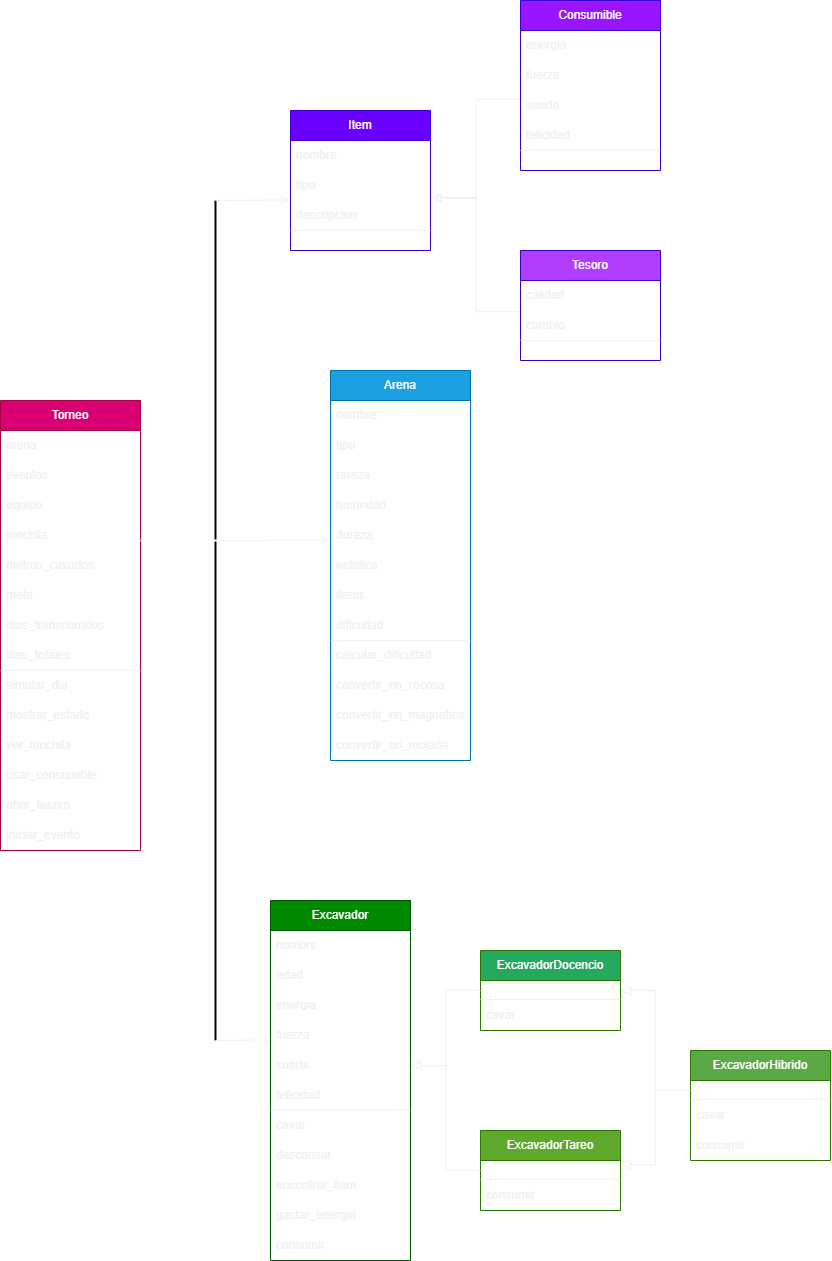
Before: Tareas/T1/diagrama_clases.drawio.png, a diagram exported from draw.io (benjahuenchunir/benjahuenchunir-iic2233-2023-1). Source tidied: cells renumbered, new cells last; positions are measured from the earlier drawing's top-left corner, leaving out a move shared by most shapes.
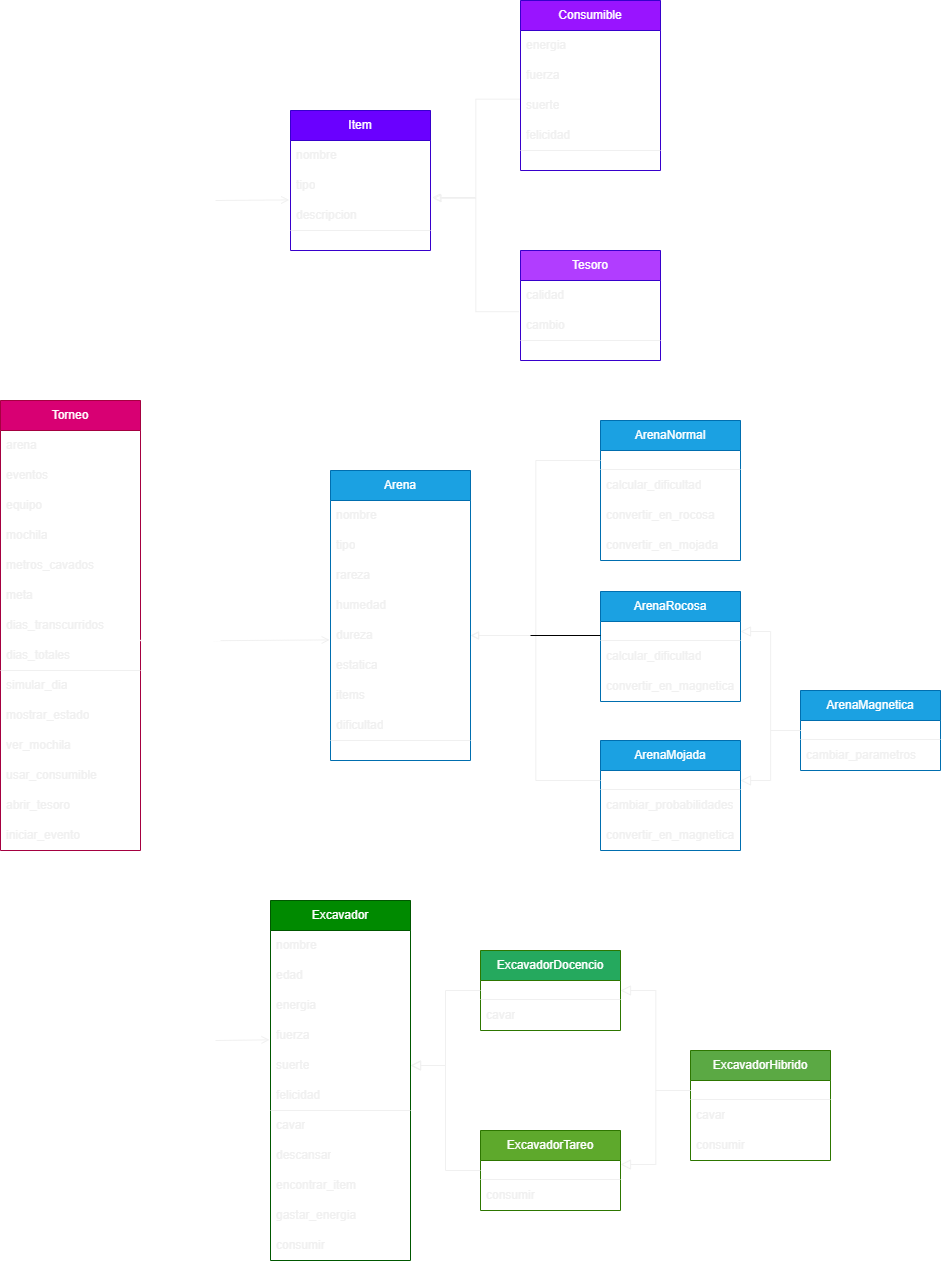
Above is the later version.

Commit message:
Diagrama de clases y explicacion listos

What changed in the source:
```diff
@@ -123,7 +123,7 @@
       <mxGeometry relative="1" as="geometry" />
     </mxCell>
     <mxCell id="38" value="Arena" style="swimlane;fontStyle=0;horizontal=1;startSize=30;whiteSpace=wrap;html=1;fillColor=#1ba1e2;fontColor=#ffffff;strokeColor=#006EAF;swimlaneLine=1;glass=0;rounded=0;shadow=0;" parent="1" vertex="1">
-      <mxGeometry x="330" y="370" width="140" height="390" as="geometry" />
+      <mxGeometry x="330" y="470" width="140" height="290" as="geometry" />
     </mxCell>
     <mxCell id="39" value="nombre" style="text;strokeColor=none;fillColor=none;align=left;verticalAlign=middle;spacingLeft=4;spacingRight=4;overflow=hidden;whiteSpace=wrap;html=1;fontColor=#F0F0F0;" parent="38" vertex="1">
       <mxGeometry y="30" width="140" height="30" as="geometry" />
@@ -149,24 +149,15 @@
     <mxCell id="46" value="dificultad" style="text;strokeColor=none;fillColor=none;align=left;verticalAlign=middle;spacingLeft=4;spacingRight=4;overflow=hidden;whiteSpace=wrap;html=1;fontColor=#F0F0F0;" parent="38" vertex="1">
       <mxGeometry y="240" width="140" height="30" as="geometry" />
     </mxCell>
-    <mxCell id="47" value="calcular_dificultad" style="text;strokeColor=none;fillColor=none;align=left;verticalAlign=middle;spacingLeft=4;spacingRight=4;overflow=hidden;whiteSpace=wrap;html=1;fontColor=#F0F0F0;" parent="38" vertex="1">
-      <mxGeometry y="270" width="140" height="30" as="geometry" />
-    </mxCell>
+    <mxCell id="88" style="text;strokeColor=none;fillColor=none;align=left;verticalAlign=middle;spacingLeft=4;spacingRight=4;overflow=hidden;whiteSpace=wrap;html=1;fontColor=#F0F0F0;" parent="38" vertex="1">
+      <mxGeometry y="270" width="140" height="20" as="geometry" />
+    </mxCell>
     <mxCell id="48" style="endArrow=none;html=1;exitX=0;exitY=0.5;exitDx=0;exitDy=0;entryX=1;entryY=0.5;entryDx=0;entryDy=0;labelBackgroundColor=#F0F0F0;strokeColor=#F0F0F0;" parent="38" edge="1">
       <mxGeometry relative="1" as="geometry">
         <mxPoint y="270" as="sourcePoint" />
         <mxPoint x="140" y="270" as="targetPoint" />
       </mxGeometry>
     </mxCell>
-    <mxCell id="49" value="convertir_en_rocosa" style="text;strokeColor=none;fillColor=none;align=left;verticalAlign=middle;spacingLeft=4;spacingRight=4;overflow=hidden;whiteSpace=wrap;html=1;fontColor=#F0F0F0;" parent="38" vertex="1">
-      <mxGeometry y="300" width="140" height="30" as="geometry" />
-    </mxCell>
-    <mxCell id="50" value="convertir_en_magnetica" style="text;strokeColor=none;fillColor=none;align=left;verticalAlign=middle;spacingLeft=4;spacingRight=4;overflow=hidden;whiteSpace=wrap;html=1;fontColor=#F0F0F0;" parent="38" vertex="1">
-      <mxGeometry y="330" width="140" height="30" as="geometry" />
-    </mxCell>
-    <mxCell id="51" value="convertir_en_mojada" style="text;strokeColor=none;fillColor=none;align=left;verticalAlign=middle;spacingLeft=4;spacingRight=4;overflow=hidden;whiteSpace=wrap;html=1;fontColor=#F0F0F0;" parent="38" vertex="1">
-      <mxGeometry y="360" width="140" height="30" as="geometry" />
-    </mxCell>
     <mxCell id="52" value="Excavador" style="swimlane;fontStyle=0;horizontal=1;startSize=30;whiteSpace=wrap;html=1;fillColor=#008a00;fontColor=#ffffff;strokeColor=#005700;swimlaneLine=1;glass=0;rounded=0;shadow=0;" parent="1" vertex="1">
       <mxGeometry x="270" y="900" width="140" height="360" as="geometry" />
     </mxCell>
@@ -269,23 +260,116 @@
     <mxCell id="81" style="edgeStyle=elbowEdgeStyle;elbow=horizontal;endArrow=block;html=1;curved=0;rounded=0;endSize=8;startSize=8;labelBackgroundColor=#F0F0F0;strokeColor=#F0F0F0;fontColor=#F0F0F0;exitX=0;exitY=0.5;exitDx=0;exitDy=0;endFill=0;entryX=1;entryY=0.5;entryDx=0;entryDy=0;" parent="1" edge="1" source="74" target="66">
       <mxGeometry relative="1" as="geometry" />
     </mxCell>
-    <mxCell id="82" style="line;strokeWidth=2;direction=south;html=1;rounded=0;shadow=0;glass=0;sketch=0;strokeColor=default;fontColor=#F0F0F0;fillColor=#B13DFF;" parent="1" vertex="1">
+    <mxCell id="82" style="line;strokeWidth=1;direction=south;html=1;rounded=0;shadow=0;glass=0;sketch=0;strokeColor=#FFFFFF;fontColor=#F0F0F0;fillColor=#FFFFFF;" parent="1" vertex="1">
       <mxGeometry x="210" y="200" width="10" height="840" as="geometry" />
     </mxCell>
     <mxCell id="83" style="endArrow=open;html=1;labelBackgroundColor=#F0F0F0;strokeColor=#F0F0F0;fontColor=#F0F0F0;exitX=0;exitY=0.5;exitDx=0;exitDy=0;exitPerimeter=0;entryX=-0.009;entryY=-0.02;entryDx=0;entryDy=0;entryPerimeter=0;endFill=0;" parent="1" edge="1" source="82" target="21">
       <mxGeometry relative="1" as="geometry" />
     </mxCell>
-    <mxCell id="84" style="endArrow=open;html=1;labelBackgroundColor=#F0F0F0;strokeColor=#F0F0F0;fontColor=#F0F0F0;exitX=0.405;exitY=0.7;exitDx=0;exitDy=0;exitPerimeter=0;endFill=0;entryX=-0.006;entryY=0.647;entryDx=0;entryDy=0;entryPerimeter=0;" parent="1" edge="1" source="82" target="43">
-      <mxGeometry relative="1" as="geometry" />
+    <mxCell id="84" style="endArrow=open;html=1;labelBackgroundColor=#F0F0F0;strokeColor=#F0F0F0;fontColor=#F0F0F0;exitX=0.405;exitY=0.7;exitDx=0;exitDy=0;exitPerimeter=0;endFill=0;entryX=-0.006;entryY=0.647;entryDx=0;entryDy=0;entryPerimeter=0;" parent="1" edge="1" target="43">
+      <mxGeometry relative="1" as="geometry">
+        <mxPoint x="213" y="640.2" as="sourcePoint" />
+      </mxGeometry>
     </mxCell>
     <mxCell id="85" style="endArrow=open;html=1;labelBackgroundColor=#F0F0F0;strokeColor=#F0F0F0;fontColor=#F0F0F0;endFill=0;entryX=-0.007;entryY=0.644;entryDx=0;entryDy=0;entryPerimeter=0;exitX=1;exitY=0.5;exitDx=0;exitDy=0;exitPerimeter=0;" parent="1" edge="1" source="82" target="56">
       <mxGeometry relative="1" as="geometry" />
     </mxCell>
     <mxCell id="86" style="rhombus;whiteSpace=wrap;html=1;rounded=0;shadow=0;glass=0;sketch=0;strokeWidth=1;strokeColor=#FFFFFF;fillColor=#FFFFFF;" parent="1" vertex="1">
-      <mxGeometry x="140" y="535" width="20" height="10" as="geometry" />
+      <mxGeometry x="140" y="635" width="20" height="10" as="geometry" />
     </mxCell>
-    <mxCell id="87" style="line;strokeWidth=2;html=1;rounded=0;shadow=0;glass=0;sketch=0;strokeColor=#FFFFFF;fontColor=#F0F0F0;fillColor=#FFFFFF;" parent="1" vertex="1">
-      <mxGeometry x="160" y="535" width="60" height="10" as="geometry" />
+    <mxCell id="87" style="line;strokeWidth=1;html=1;rounded=0;shadow=0;glass=0;sketch=0;strokeColor=#FFFFFF;fontColor=#F0F0F0;fillColor=#FFFFFF;" parent="1" vertex="1">
+      <mxGeometry x="160" y="635" width="60" height="10" as="geometry" />
     </mxCell>
+    <mxCell id="89" value="ArenaNormal" style="swimlane;fontStyle=0;horizontal=1;startSize=30;whiteSpace=wrap;html=1;fillColor=#1ba1e2;fontColor=#ffffff;strokeColor=#006EAF;swimlaneLine=1;glass=0;rounded=0;shadow=0;" parent="1" vertex="1">
+      <mxGeometry x="600" y="420" width="140" height="140" as="geometry" />
+    </mxCell>
+    <mxCell id="90" style="text;strokeColor=none;fillColor=none;align=left;verticalAlign=middle;spacingLeft=4;spacingRight=4;overflow=hidden;points=[[0,0.5],[1,0.5]];portConstraint=eastwest;whiteSpace=wrap;html=1;fontColor=#F0F0F0;" parent="89" vertex="1">
+      <mxGeometry y="30" width="140" height="20" as="geometry" />
+    </mxCell>
+    <mxCell id="91" style="endArrow=none;html=1;exitX=0;exitY=0.5;exitDx=0;exitDy=0;entryX=1;entryY=0.5;entryDx=0;entryDy=0;labelBackgroundColor=#F0F0F0;strokeColor=#F0F0F0;" parent="89" edge="1">
+      <mxGeometry relative="1" as="geometry">
+        <mxPoint y="49" as="sourcePoint" />
+        <mxPoint x="140" y="49" as="targetPoint" />
+      </mxGeometry>
+    </mxCell>
+    <mxCell id="92" value="calcular_dificultad" style="text;strokeColor=none;fillColor=none;align=left;verticalAlign=middle;spacingLeft=4;spacingRight=4;overflow=hidden;whiteSpace=wrap;html=1;fontColor=#F0F0F0;" parent="89" vertex="1">
+      <mxGeometry y="50" width="140" height="30" as="geometry" />
+    </mxCell>
+    <mxCell id="49" value="convertir_en_rocosa" style="text;strokeColor=none;fillColor=none;align=left;verticalAlign=middle;spacingLeft=4;spacingRight=4;overflow=hidden;whiteSpace=wrap;html=1;fontColor=#F0F0F0;" parent="89" vertex="1">
+      <mxGeometry y="80" width="140" height="30" as="geometry" />
+    </mxCell>
+    <mxCell id="51" value="convertir_en_mojada" style="text;strokeColor=none;fillColor=none;align=left;verticalAlign=middle;spacingLeft=4;spacingRight=4;overflow=hidden;whiteSpace=wrap;html=1;fontColor=#F0F0F0;" parent="89" vertex="1">
+      <mxGeometry y="110" width="140" height="30" as="geometry" />
+    </mxCell>
+    <mxCell id="93" value="ArenaRocosa" style="swimlane;fontStyle=0;horizontal=1;startSize=30;whiteSpace=wrap;html=1;fillColor=#1ba1e2;fontColor=#ffffff;strokeColor=#006EAF;swimlaneLine=1;glass=0;rounded=0;shadow=0;" parent="1" vertex="1">
+      <mxGeometry x="600" y="591" width="140" height="110" as="geometry" />
+    </mxCell>
+    <mxCell id="94" style="text;strokeColor=none;fillColor=none;align=left;verticalAlign=middle;spacingLeft=4;spacingRight=4;overflow=hidden;points=[[0,0.5],[1,0.5]];portConstraint=eastwest;whiteSpace=wrap;html=1;fontColor=#F0F0F0;" parent="93" vertex="1">
+      <mxGeometry y="30" width="140" height="20" as="geometry" />
+    </mxCell>
+    <mxCell id="95" style="endArrow=none;html=1;exitX=0;exitY=0.5;exitDx=0;exitDy=0;entryX=1;entryY=0.5;entryDx=0;entryDy=0;labelBackgroundColor=#F0F0F0;strokeColor=#F0F0F0;" parent="93" edge="1">
+      <mxGeometry relative="1" as="geometry">
+        <mxPoint y="49" as="sourcePoint" />
+        <mxPoint x="140" y="49" as="targetPoint" />
+      </mxGeometry>
+    </mxCell>
+    <mxCell id="96" value="calcular_dificultad" style="text;strokeColor=none;fillColor=none;align=left;verticalAlign=middle;spacingLeft=4;spacingRight=4;overflow=hidden;whiteSpace=wrap;html=1;fontColor=#F0F0F0;" parent="93" vertex="1">
+      <mxGeometry y="50" width="140" height="30" as="geometry" />
+    </mxCell>
+    <mxCell id="97" value="convertir_en_magnetica" style="text;strokeColor=none;fillColor=none;align=left;verticalAlign=middle;spacingLeft=4;spacingRight=4;overflow=hidden;whiteSpace=wrap;html=1;fontColor=#F0F0F0;" parent="93" vertex="1">
+      <mxGeometry y="80" width="140" height="30" as="geometry" />
+    </mxCell>
+    <mxCell id="98" value="ArenaMojada" style="swimlane;fontStyle=0;horizontal=1;startSize=30;whiteSpace=wrap;html=1;fillColor=#1ba1e2;fontColor=#ffffff;strokeColor=#006EAF;swimlaneLine=1;glass=0;rounded=0;shadow=0;" parent="1" vertex="1">
+      <mxGeometry x="600" y="740" width="140" height="110" as="geometry" />
+    </mxCell>
+    <mxCell id="99" style="text;strokeColor=none;fillColor=none;align=left;verticalAlign=middle;spacingLeft=4;spacingRight=4;overflow=hidden;points=[[0,0.5],[1,0.5]];portConstraint=eastwest;whiteSpace=wrap;html=1;fontColor=#F0F0F0;" parent="98" vertex="1">
+      <mxGeometry y="30" width="140" height="20" as="geometry" />
+    </mxCell>
+    <mxCell id="100" style="endArrow=none;html=1;exitX=0;exitY=0.5;exitDx=0;exitDy=0;entryX=1;entryY=0.5;entryDx=0;entryDy=0;labelBackgroundColor=#F0F0F0;strokeColor=#F0F0F0;" parent="98" edge="1">
+      <mxGeometry relative="1" as="geometry">
+        <mxPoint y="49" as="sourcePoint" />
+        <mxPoint x="140" y="49" as="targetPoint" />
+      </mxGeometry>
+    </mxCell>
+    <mxCell id="101" value="cambiar_probabilidades" style="text;strokeColor=none;fillColor=none;align=left;verticalAlign=middle;spacingLeft=4;spacingRight=4;overflow=hidden;whiteSpace=wrap;html=1;fontColor=#F0F0F0;" parent="98" vertex="1">
+      <mxGeometry y="50" width="140" height="30" as="geometry" />
+    </mxCell>
+    <mxCell id="102" value="convertir_en_magnetica" style="text;strokeColor=none;fillColor=none;align=left;verticalAlign=middle;spacingLeft=4;spacingRight=4;overflow=hidden;whiteSpace=wrap;html=1;fontColor=#F0F0F0;" parent="98" vertex="1">
+      <mxGeometry y="80" width="140" height="30" as="geometry" />
+    </mxCell>
+    <mxCell id="103" value="ArenaMagnetica" style="swimlane;fontStyle=0;horizontal=1;startSize=30;whiteSpace=wrap;html=1;fillColor=#1ba1e2;fontColor=#ffffff;strokeColor=#006EAF;swimlaneLine=1;glass=0;rounded=0;shadow=0;" parent="1" vertex="1">
+      <mxGeometry x="800" y="690" width="140" height="80" as="geometry" />
+    </mxCell>
+    <mxCell id="104" style="text;strokeColor=none;fillColor=none;align=left;verticalAlign=middle;spacingLeft=4;spacingRight=4;overflow=hidden;points=[[0,0.5],[1,0.5]];portConstraint=eastwest;whiteSpace=wrap;html=1;fontColor=#F0F0F0;" parent="103" vertex="1">
+      <mxGeometry y="30" width="140" height="20" as="geometry" />
+    </mxCell>
+    <mxCell id="105" style="endArrow=none;html=1;exitX=0;exitY=0.5;exitDx=0;exitDy=0;entryX=1;entryY=0.5;entryDx=0;entryDy=0;labelBackgroundColor=#F0F0F0;strokeColor=#F0F0F0;" parent="103" edge="1">
+      <mxGeometry relative="1" as="geometry">
+        <mxPoint y="49" as="sourcePoint" />
+        <mxPoint x="140" y="49" as="targetPoint" />
+      </mxGeometry>
+    </mxCell>
+    <mxCell id="106" value="cambiar_parametros" style="text;strokeColor=none;fillColor=none;align=left;verticalAlign=middle;spacingLeft=4;spacingRight=4;overflow=hidden;whiteSpace=wrap;html=1;fontColor=#F0F0F0;" parent="103" vertex="1">
+      <mxGeometry y="50" width="140" height="30" as="geometry" />
+    </mxCell>
+    <mxCell id="107" style="edgeStyle=elbowEdgeStyle;elbow=horizontal;endArrow=block;html=1;curved=0;rounded=0;labelBackgroundColor=#F0F0F0;strokeColor=#F0F0F0;fontColor=#F0F0F0;entryX=1;entryY=0.5;entryDx=0;entryDy=0;exitX=0;exitY=0.5;exitDx=0;exitDy=0;endFill=0;" parent="1" edge="1" source="99" target="43">
+      <mxGeometry relative="1" as="geometry" />
+    </mxCell>
+    <mxCell id="108" style="edgeStyle=elbowEdgeStyle;elbow=horizontal;endArrow=block;html=1;curved=0;rounded=0;labelBackgroundColor=#F0F0F0;strokeColor=#F0F0F0;fontColor=#F0F0F0;entryX=1;entryY=0.5;entryDx=0;entryDy=0;exitX=0;exitY=0.5;exitDx=0;exitDy=0;endFill=0;" parent="1" edge="1" source="90">
+      <mxGeometry relative="1" as="geometry">
+        <mxPoint x="470" y="635" as="targetPoint" />
+      </mxGeometry>
+    </mxCell>
+    <mxCell id="109" style="line;strokeWidth=1;html=1;" parent="1" vertex="1">
+      <mxGeometry x="530" y="630" width="70" height="10" as="geometry" />
+    </mxCell>
+    <mxCell id="110" style="edgeStyle=elbowEdgeStyle;elbow=horizontal;endArrow=block;html=1;curved=0;rounded=0;endSize=8;startSize=8;labelBackgroundColor=#F0F0F0;strokeColor=#F0F0F0;fontColor=#F0F0F0;endFill=0;entryX=1;entryY=0.5;entryDx=0;entryDy=0;exitX=0;exitY=0.5;exitDx=0;exitDy=0;" parent="1" edge="1" source="104" target="94">
+      <mxGeometry relative="1" as="geometry" />
+    </mxCell>
+    <mxCell id="111" style="edgeStyle=elbowEdgeStyle;elbow=horizontal;endArrow=block;html=1;curved=0;rounded=0;endSize=8;startSize=8;labelBackgroundColor=#F0F0F0;strokeColor=#F0F0F0;fontColor=#F0F0F0;endFill=0;entryX=1;entryY=0.5;entryDx=0;entryDy=0;" parent="1" edge="1" target="99">
+      <mxGeometry relative="1" as="geometry">
+        <mxPoint x="800" y="730" as="sourcePoint" />
+      </mxGeometry>
+    </mxCell>
   </root>
 </mxGraphModel>
```
